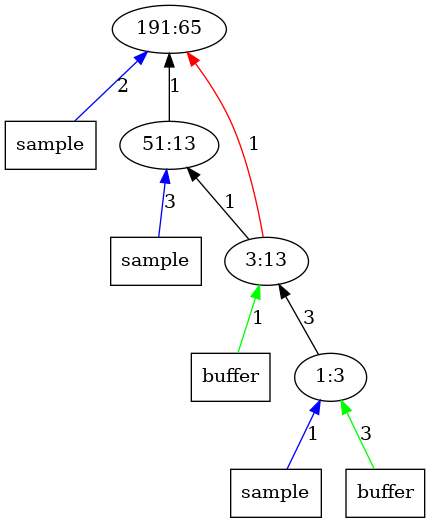
AbhikKhan/MTP_IITG keeps this Graphviz diagram as outputImages/op65.png.png. Above is the earlier version. Its source is kept beside it as outputTrees/op65.dot.
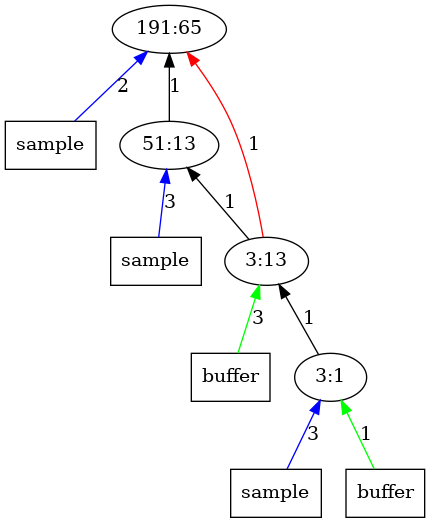
The same diagram one commit later.

Diff of the diagram source:
```diff
@@ -8,14 +8,14 @@
 	x21 [label = "sample", shape = "box"];
 	2 [label = "51:13"];
 	3 -> 1 [label = "1", color = "red"];
-	x32 -> 3 [label = "1", color = "green"];
+	x32 -> 3 [label = "3", color = "green"];
 	x32 [label = "buffer", shape = "box"];
 	3 -> 2 [label = "1", color = "black"];
 	3 [label = "3:13"];
-	4 -> 3 [label = "3", color = "black"];
-	x41 -> 4 [label = "1", color = "blue"];
+	4 -> 3 [label = "1", color = "black"];
+	x41 -> 4 [label = "3", color = "blue"];
 	x41 [label = "sample", shape = "box"];
-	x42 -> 4 [label = "3", color = "green"];
+	x42 -> 4 [label = "1", color = "green"];
 	x42 [label = "buffer", shape = "box"];
-	4 [label = "1:3"];
+	4 [label = "3:1"];
 }
```
